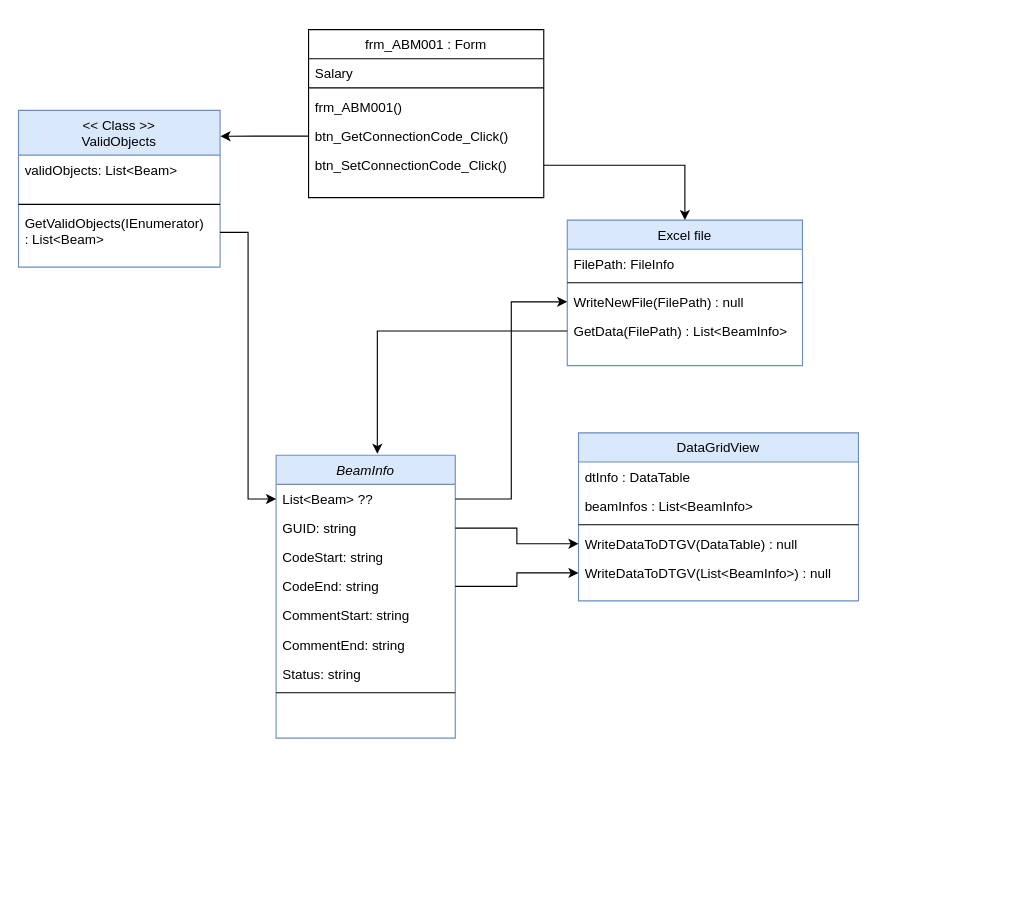
The draw.io diagram Untitled Diagram.drawio in johanduc/GIT-GITHUB, before the edit. Source tidied: cells renumbered, new cells numbered last; positions are measured from the earlier drawing's top-left corner, leaving out a move shared by most shapes. Both pictures are drawn from the tidied source at 112%, with x=0, y=0 at pixel (18, 29).
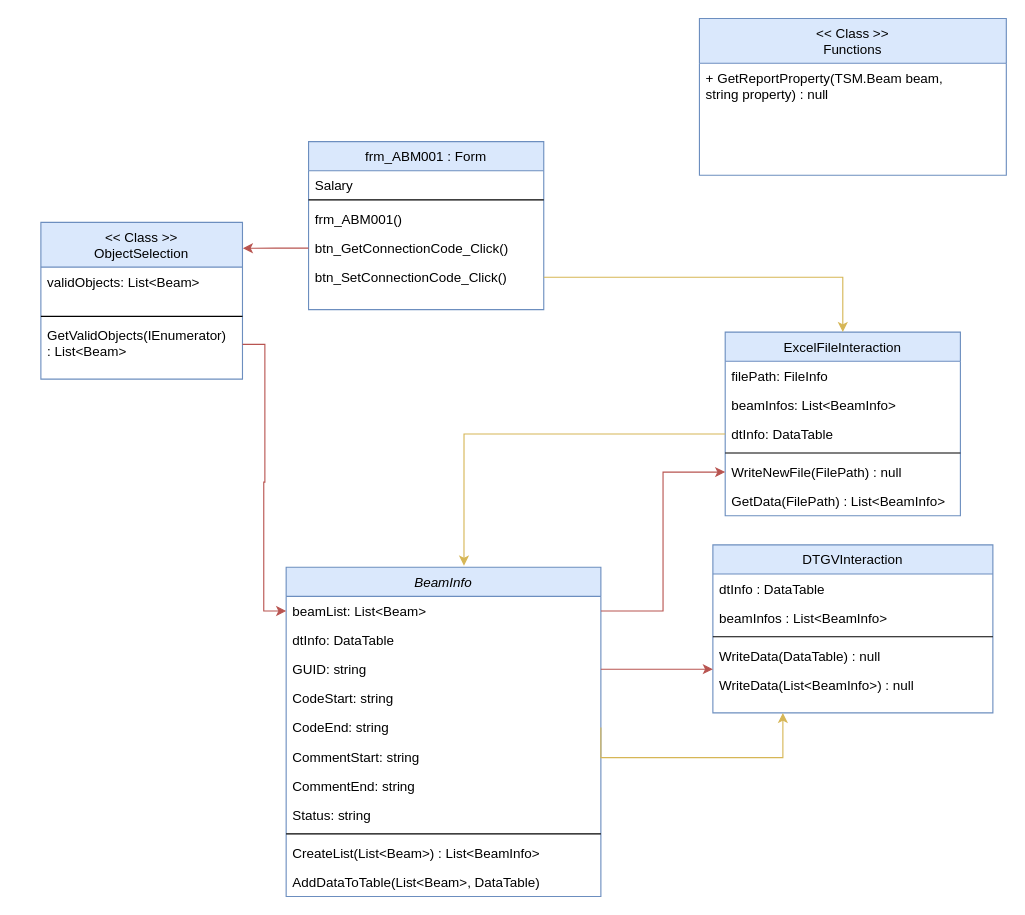
Above is the later version.

Unchanged cells that the change refers to:
```xml
<mxCell id="15" value="btn_GetConnectionCode_Click()" style="text;align=left;verticalAlign=top;spacingLeft=4;spacingRight=4;overflow=hidden;points=[[0,0.5],[1,0.5]];portConstraint=eastwest;" parent="11" vertex="1">
  <mxGeometry y="82" width="210" height="26" as="geometry" />
</mxCell>
<mxCell id="16" value="btn_SetConnectionCode_Click()" style="text;align=left;verticalAlign=top;spacingLeft=4;spacingRight=4;overflow=hidden;points=[[0,0.5],[1,0.5]];portConstraint=eastwest;" parent="11" vertex="1">
  <mxGeometry y="108" width="210" height="26" as="geometry" />
</mxCell>
<mxCell id="25" value="GetValidObjects(IEnumerator)&#10;: List&lt;Beam&gt;" style="text;align=left;verticalAlign=top;spacingLeft=4;spacingRight=4;overflow=hidden;points=[[0,0.5],[1,0.5]];portConstraint=eastwest;" parent="22" vertex="1">
  <mxGeometry y="88" width="180" height="42" as="geometry" />
</mxCell>
```

The edit, as a diff of the source:
```diff
@@
     <mxCell id="2" value="BeamInfo" style="swimlane;fontStyle=2;align=center;verticalAlign=top;horizontal=1;startSize=26;rounded=0;shadow=0;strokeWidth=1;fillColor=#dae8fc;strokeColor=#6c8ebf;" parent="1" vertex="1">
-      <mxGeometry x="230" y="380" width="160" height="252.5" as="geometry" />
+      <mxGeometry x="239" y="480" width="281" height="294" as="geometry" />
     </mxCell>
-    <mxCell id="3" value="List&lt;Beam&gt; ??" style="text;align=left;verticalAlign=top;spacingLeft=4;spacingRight=4;overflow=hidden;points=[[0,0.5],[1,0.5]];portConstraint=eastwest;rounded=0;shadow=0;html=0;" parent="2" vertex="1">
-      <mxGeometry y="26" width="160" height="26" as="geometry" />
+    <mxCell id="3" value="beamList: List&lt;Beam&gt;" style="text;align=left;verticalAlign=top;spacingLeft=4;spacingRight=4;overflow=hidden;points=[[0,0.5],[1,0.5]];portConstraint=eastwest;rounded=0;shadow=0;html=0;" parent="2" vertex="1">
+      <mxGeometry y="26" width="281" height="26" as="geometry" />
     </mxCell>
+    <mxCell id="39" value="dtInfo: DataTable" style="text;align=left;verticalAlign=top;spacingLeft=4;spacingRight=4;overflow=hidden;rounded=0;shadow=0;html=0;" parent="2" vertex="1">
+      <mxGeometry y="52" width="281" height="26" as="geometry" />
+    </mxCell>
     <mxCell id="4" value="GUID: string" style="text;align=left;verticalAlign=top;spacingLeft=4;spacingRight=4;overflow=hidden;points=[[0,0.5],[1,0.5]];portConstraint=eastwest;" parent="2" vertex="1">
-      <mxGeometry y="52" width="160" height="26" as="geometry" />
+      <mxGeometry y="78" width="281" height="26" as="geometry" />
     </mxCell>
     <mxCell id="5" value="CodeStart: string" style="text;align=left;verticalAlign=top;spacingLeft=4;spacingRight=4;overflow=hidden;rounded=0;shadow=0;html=0;" parent="2" vertex="1">
-      <mxGeometry y="78" width="160" height="26" as="geometry" />
+      <mxGeometry y="104" width="281" height="26" as="geometry" />
     </mxCell>
     <mxCell id="6" value="CodeEnd: string" style="text;align=left;verticalAlign=top;spacingLeft=4;spacingRight=4;overflow=hidden;points=[[0,0.5],[1,0.5]];portConstraint=eastwest;rounded=0;shadow=0;html=0;" parent="2" vertex="1">
-      <mxGeometry y="104" width="160" height="26" as="geometry" />
+      <mxGeometry y="130" width="281" height="26" as="geometry" />
     </mxCell>
     <mxCell id="7" value="CommentStart: string" style="text;align=left;verticalAlign=top;spacingLeft=4;spacingRight=4;overflow=hidden;rounded=0;shadow=0;html=0;" parent="2" vertex="1">
-      <mxGeometry y="130" width="160" height="26" as="geometry" />
+      <mxGeometry y="156" width="281" height="26" as="geometry" />
     </mxCell>
     <mxCell id="8" value="CommentEnd: string" style="text;align=left;verticalAlign=top;spacingLeft=4;spacingRight=4;overflow=hidden;rounded=0;shadow=0;html=0;" parent="2" vertex="1">
-      <mxGeometry y="156" width="160" height="26" as="geometry" />
+      <mxGeometry y="182" width="281" height="26" as="geometry" />
     </mxCell>
     <mxCell id="9" value="Status: string" style="text;align=left;verticalAlign=top;spacingLeft=4;spacingRight=4;overflow=hidden;rounded=0;shadow=0;html=0;" parent="2" vertex="1">
-      <mxGeometry y="182" width="160" height="26" as="geometry" />
+      <mxGeometry y="208" width="281" height="26" as="geometry" />
     </mxCell>
     <mxCell id="10" style="line;html=1;strokeWidth=1;align=left;verticalAlign=middle;spacingTop=-1;spacingLeft=3;spacingRight=3;labelPosition=right;" parent="2" vertex="1">
-      <mxGeometry y="208" width="160" height="8" as="geometry" />
+      <mxGeometry y="234" width="281" height="8" as="geometry" />
     </mxCell>
+    <mxCell id="40" value="CreateList(List&lt;Beam&gt;) : List&lt;BeamInfo&gt;" style="text;align=left;verticalAlign=top;spacingLeft=4;spacingRight=4;overflow=hidden;" parent="2" vertex="1">
+      <mxGeometry y="242" width="281" height="26" as="geometry" />
+    </mxCell>
+    <mxCell id="41" value="AddDataToTable(List&lt;Beam&gt;, DataTable) " style="text;align=left;verticalAlign=top;spacingLeft=4;spacingRight=4;overflow=hidden;" parent="2" vertex="1">
+      <mxGeometry y="268" width="281" height="26" as="geometry" />
+    </mxCell>
-    <mxCell id="11" value="frm_ABM001 : Form" style="swimlane;fontStyle=0;align=center;verticalAlign=top;horizontal=1;startSize=26;rounded=0;shadow=0;strokeWidth=1;" parent="1" vertex="1">
-      <mxGeometry x="259" width="210" height="150" as="geometry" />
+    <mxCell id="11" value="frm_ABM001 : Form" style="swimlane;fontStyle=0;align=center;verticalAlign=top;horizontal=1;startSize=26;rounded=0;shadow=0;strokeWidth=1;fillColor=#dae8fc;strokeColor=#6c8ebf;" parent="1" vertex="1">
+      <mxGeometry x="259" y="100" width="210" height="150" as="geometry" />
     </mxCell>
@@
-    <mxCell id="17" value="Excel file" style="swimlane;fontStyle=0;align=center;verticalAlign=top;horizontal=1;startSize=26;rounded=0;shadow=0;strokeWidth=1;fillColor=#dae8fc;strokeColor=#6c8ebf;" parent="1" vertex="1">
-      <mxGeometry x="490" y="170" width="210" height="130" as="geometry" />
+    <mxCell id="17" value="ExcelFileInteraction" style="swimlane;fontStyle=0;align=center;verticalAlign=top;horizontal=1;startSize=26;rounded=0;shadow=0;strokeWidth=1;fillColor=#dae8fc;strokeColor=#6c8ebf;" parent="1" vertex="1">
+      <mxGeometry x="631" y="270" width="210" height="164" as="geometry" />
     </mxCell>
+    <mxCell id="42" value="filePath: FileInfo " style="text;align=left;verticalAlign=top;spacingLeft=4;spacingRight=4;overflow=hidden;" parent="17" vertex="1">
+      <mxGeometry y="26" width="210" height="26" as="geometry" />
+    </mxCell>
+    <mxCell id="43" value="beamInfos: List&lt;BeamInfo&gt;" style="text;align=left;verticalAlign=top;spacingLeft=4;spacingRight=4;overflow=hidden;" parent="17" vertex="1">
+      <mxGeometry y="52" width="210" height="26" as="geometry" />
+    </mxCell>
-    <mxCell id="18" value="FilePath: FileInfo" style="text;align=left;verticalAlign=top;spacingLeft=4;spacingRight=4;overflow=hidden;points=[[0,0.5],[1,0.5]];portConstraint=eastwest;" parent="17" vertex="1">
-      <mxGeometry y="26" width="210" height="26" as="geometry" />
+    <mxCell id="18" value="dtInfo: DataTable" style="text;align=left;verticalAlign=top;spacingLeft=4;spacingRight=4;overflow=hidden;points=[[0,0.5],[1,0.5]];portConstraint=eastwest;" parent="17" vertex="1">
+      <mxGeometry y="78" width="210" height="26" as="geometry" />
     </mxCell>
     <mxCell id="19" style="line;html=1;strokeWidth=1;align=left;verticalAlign=middle;spacingTop=-1;spacingLeft=3;spacingRight=3;labelPosition=right;" parent="17" vertex="1">
-      <mxGeometry y="52" width="210" height="8" as="geometry" />
+      <mxGeometry y="104" width="210" height="8" as="geometry" />
     </mxCell>
     <mxCell id="20" value="WriteNewFile(FilePath) : null" style="text;align=left;verticalAlign=top;spacingLeft=4;spacingRight=4;overflow=hidden;points=[[0,0.5],[1,0.5]];portConstraint=eastwest;" parent="17" vertex="1">
-      <mxGeometry y="60" width="210" height="26" as="geometry" />
+      <mxGeometry y="112" width="210" height="26" as="geometry" />
     </mxCell>
     <mxCell id="21" value="GetData(FilePath) : List&lt;BeamInfo&gt;" style="text;align=left;verticalAlign=top;spacingLeft=4;spacingRight=4;overflow=hidden;points=[[0,0.5],[1,0.5]];portConstraint=eastwest;" parent="17" vertex="1">
-      <mxGeometry y="86" width="210" height="26" as="geometry" />
+      <mxGeometry y="138" width="210" height="26" as="geometry" />
     </mxCell>
-    <mxCell id="22" value="&lt;&lt; Class &gt;&gt;&#10;ValidObjects" style="swimlane;fontStyle=0;align=center;verticalAlign=top;horizontal=1;startSize=40;rounded=0;shadow=0;strokeWidth=1;fillColor=#dae8fc;strokeColor=#6c8ebf;" parent="1" vertex="1">
-      <mxGeometry y="72" width="180" height="140" as="geometry" />
+    <mxCell id="22" value="&lt;&lt; Class &gt;&gt;&#10;ObjectSelection" style="swimlane;fontStyle=0;align=center;verticalAlign=top;horizontal=1;startSize=40;rounded=0;shadow=0;strokeWidth=1;fillColor=#dae8fc;strokeColor=#6c8ebf;" parent="1" vertex="1">
+      <mxGeometry x="20" y="172" width="180" height="140" as="geometry" />
     </mxCell>
@@
-    <mxCell id="26" style="edgeStyle=orthogonalEdgeStyle;rounded=0;jettySize=auto;html=1;entryX=1.002;entryY=0.166;entryDx=0;entryDy=0;entryPerimeter=0;" parent="1" edge="1" source="15" target="22">
+    <mxCell id="26" style="edgeStyle=orthogonalEdgeStyle;rounded=0;jettySize=auto;html=1;entryX=1.002;entryY=0.166;entryDx=0;entryDy=0;entryPerimeter=0;fillColor=#f8cecc;strokeColor=#b85450;" parent="1" edge="1" source="15" target="22">
       <mxGeometry relative="1" as="geometry" />
     </mxCell>
-    <mxCell id="27" style="edgeStyle=orthogonalEdgeStyle;rounded=0;jettySize=auto;html=1;entryX=0;entryY=0.5;entryDx=0;entryDy=0;" parent="1" edge="1" source="25" target="3">
+    <mxCell id="27" style="edgeStyle=orthogonalEdgeStyle;rounded=0;jettySize=auto;html=1;entryX=0;entryY=0.5;entryDx=0;entryDy=0;fillColor=#f8cecc;strokeColor=#b85450;" parent="1" edge="1" source="25" target="3">
       <mxGeometry relative="1" as="geometry" />
     </mxCell>
-    <mxCell id="28" style="edgeStyle=orthogonalEdgeStyle;rounded=0;jettySize=auto;html=1;entryX=0;entryY=0.5;entryDx=0;entryDy=0;" parent="1" edge="1" source="3" target="20">
+    <mxCell id="28" style="edgeStyle=orthogonalEdgeStyle;rounded=0;jettySize=auto;html=1;entryX=0;entryY=0.5;entryDx=0;entryDy=0;fillColor=#f8cecc;strokeColor=#b85450;" parent="1" edge="1" source="3" target="20">
       <mxGeometry relative="1" as="geometry" />
     </mxCell>
-    <mxCell id="29" value="DataGridView" style="swimlane;fontStyle=0;align=center;verticalAlign=top;horizontal=1;startSize=26;rounded=0;shadow=0;strokeWidth=1;fillColor=#dae8fc;strokeColor=#6c8ebf;" parent="1" vertex="1">
-      <mxGeometry x="500" y="360" width="250" height="150" as="geometry" />
+    <mxCell id="29" value="DTGVInteraction" style="swimlane;fontStyle=0;align=center;verticalAlign=top;horizontal=1;startSize=26;rounded=0;shadow=0;strokeWidth=1;fillColor=#dae8fc;strokeColor=#6c8ebf;" parent="1" vertex="1">
+      <mxGeometry x="620" y="460" width="250" height="150" as="geometry" />
     </mxCell>
@@
-    <mxCell id="33" value="WriteDataToDTGV(DataTable) : null" style="text;align=left;verticalAlign=top;spacingLeft=4;spacingRight=4;overflow=hidden;points=[[0,0.5],[1,0.5]];portConstraint=eastwest;" parent="29" vertex="1">
+    <mxCell id="33" value="WriteData(DataTable) : null" style="text;align=left;verticalAlign=top;spacingLeft=4;spacingRight=4;overflow=hidden;points=[[0,0.5],[1,0.5]];portConstraint=eastwest;" parent="29" vertex="1">
       <mxGeometry y="86" width="250" height="26" as="geometry" />
     </mxCell>
-    <mxCell id="34" value="WriteDataToDTGV(List&lt;BeamInfo&gt;) : null" style="text;align=left;verticalAlign=top;spacingLeft=4;spacingRight=4;overflow=hidden;points=[[0,0.5],[1,0.5]];portConstraint=eastwest;" parent="29" vertex="1">
+    <mxCell id="34" value="WriteData(List&lt;BeamInfo&gt;) : null" style="text;align=left;verticalAlign=top;spacingLeft=4;spacingRight=4;overflow=hidden;points=[[0,0.5],[1,0.5]];portConstraint=eastwest;" parent="29" vertex="1">
       <mxGeometry y="112" width="250" height="26" as="geometry" />
     </mxCell>
-    <mxCell id="35" style="edgeStyle=orthogonalEdgeStyle;rounded=0;jettySize=auto;html=1;exitX=1;exitY=0.5;exitDx=0;exitDy=0;entryX=0;entryY=0.5;entryDx=0;entryDy=0;" parent="1" edge="1" source="4" target="33">
-      <mxGeometry relative="1" as="geometry" />
+    <mxCell id="35" style="edgeStyle=orthogonalEdgeStyle;rounded=0;jettySize=auto;html=1;exitX=1;exitY=0.5;exitDx=0;exitDy=0;fillColor=#f8cecc;strokeColor=#b85450;" parent="1" edge="1" source="4">
+      <mxGeometry relative="1" as="geometry">
+        <mxPoint x="620" y="571" as="targetPoint" />
+        <Array as="points">
+          <mxPoint x="620" y="571" />
+        </Array>
+      </mxGeometry>
     </mxCell>
-    <mxCell id="36" style="edgeStyle=orthogonalEdgeStyle;rounded=0;jettySize=auto;html=1;exitX=1;exitY=0.5;exitDx=0;exitDy=0;entryX=0.5;entryY=0;entryDx=0;entryDy=0;" parent="1" edge="1" source="16" target="17">
+    <mxCell id="36" style="edgeStyle=orthogonalEdgeStyle;rounded=0;jettySize=auto;html=1;exitX=1;exitY=0.5;exitDx=0;exitDy=0;entryX=0.5;entryY=0;entryDx=0;entryDy=0;fillColor=#fff2cc;strokeColor=#d6b656;" parent="1" edge="1" source="16" target="17">
       <mxGeometry relative="1" as="geometry" />
     </mxCell>
-    <mxCell id="37" style="edgeStyle=orthogonalEdgeStyle;rounded=0;jettySize=auto;html=1;exitX=0;exitY=0.5;exitDx=0;exitDy=0;entryX=0.565;entryY=-0.005;entryDx=0;entryDy=0;entryPerimeter=0;" parent="1" edge="1" source="21" target="2">
+    <mxCell id="37" style="edgeStyle=orthogonalEdgeStyle;rounded=0;jettySize=auto;html=1;exitX=0;exitY=0.5;exitDx=0;exitDy=0;entryX=0.565;entryY=-0.005;entryDx=0;entryDy=0;entryPerimeter=0;fillColor=#fff2cc;strokeColor=#d6b656;" parent="1" edge="1" source="18" target="2">
       <mxGeometry relative="1" as="geometry" />
     </mxCell>
-    <mxCell id="38" style="edgeStyle=orthogonalEdgeStyle;rounded=0;jettySize=auto;html=1;exitX=1;exitY=0.5;exitDx=0;exitDy=0;" parent="1" edge="1" source="6" target="34">
-      <mxGeometry relative="1" as="geometry" />
+    <mxCell id="38" style="edgeStyle=orthogonalEdgeStyle;rounded=0;jettySize=auto;html=1;exitX=1;exitY=0.5;exitDx=0;exitDy=0;fillColor=#fff2cc;strokeColor=#d6b656;entryX=0.25;entryY=1;entryDx=0;entryDy=0;" parent="1" edge="1" source="6" target="29">
+      <mxGeometry relative="1" as="geometry">
+        <Array as="points">
+          <mxPoint x="520" y="650" />
+          <mxPoint x="682" y="650" />
+        </Array>
+      </mxGeometry>
     </mxCell>
+    <mxCell id="44" value="&lt;&lt; Class &gt;&gt;&#10;Functions" style="swimlane;fontStyle=0;align=center;verticalAlign=top;horizontal=1;startSize=40;rounded=0;shadow=0;strokeWidth=1;fillColor=#dae8fc;strokeColor=#6c8ebf;" parent="1" vertex="1">
+      <mxGeometry x="608" y="-10" width="274" height="140" as="geometry" />
+    </mxCell>
+    <mxCell id="45" value="+ GetReportProperty(TSM.Beam beam, &#10;string property) : null" style="text;align=left;verticalAlign=top;spacingLeft=4;spacingRight=4;overflow=hidden;" parent="44" vertex="1">
+      <mxGeometry y="40" width="274" height="42" as="geometry" />
+    </mxCell>
```
